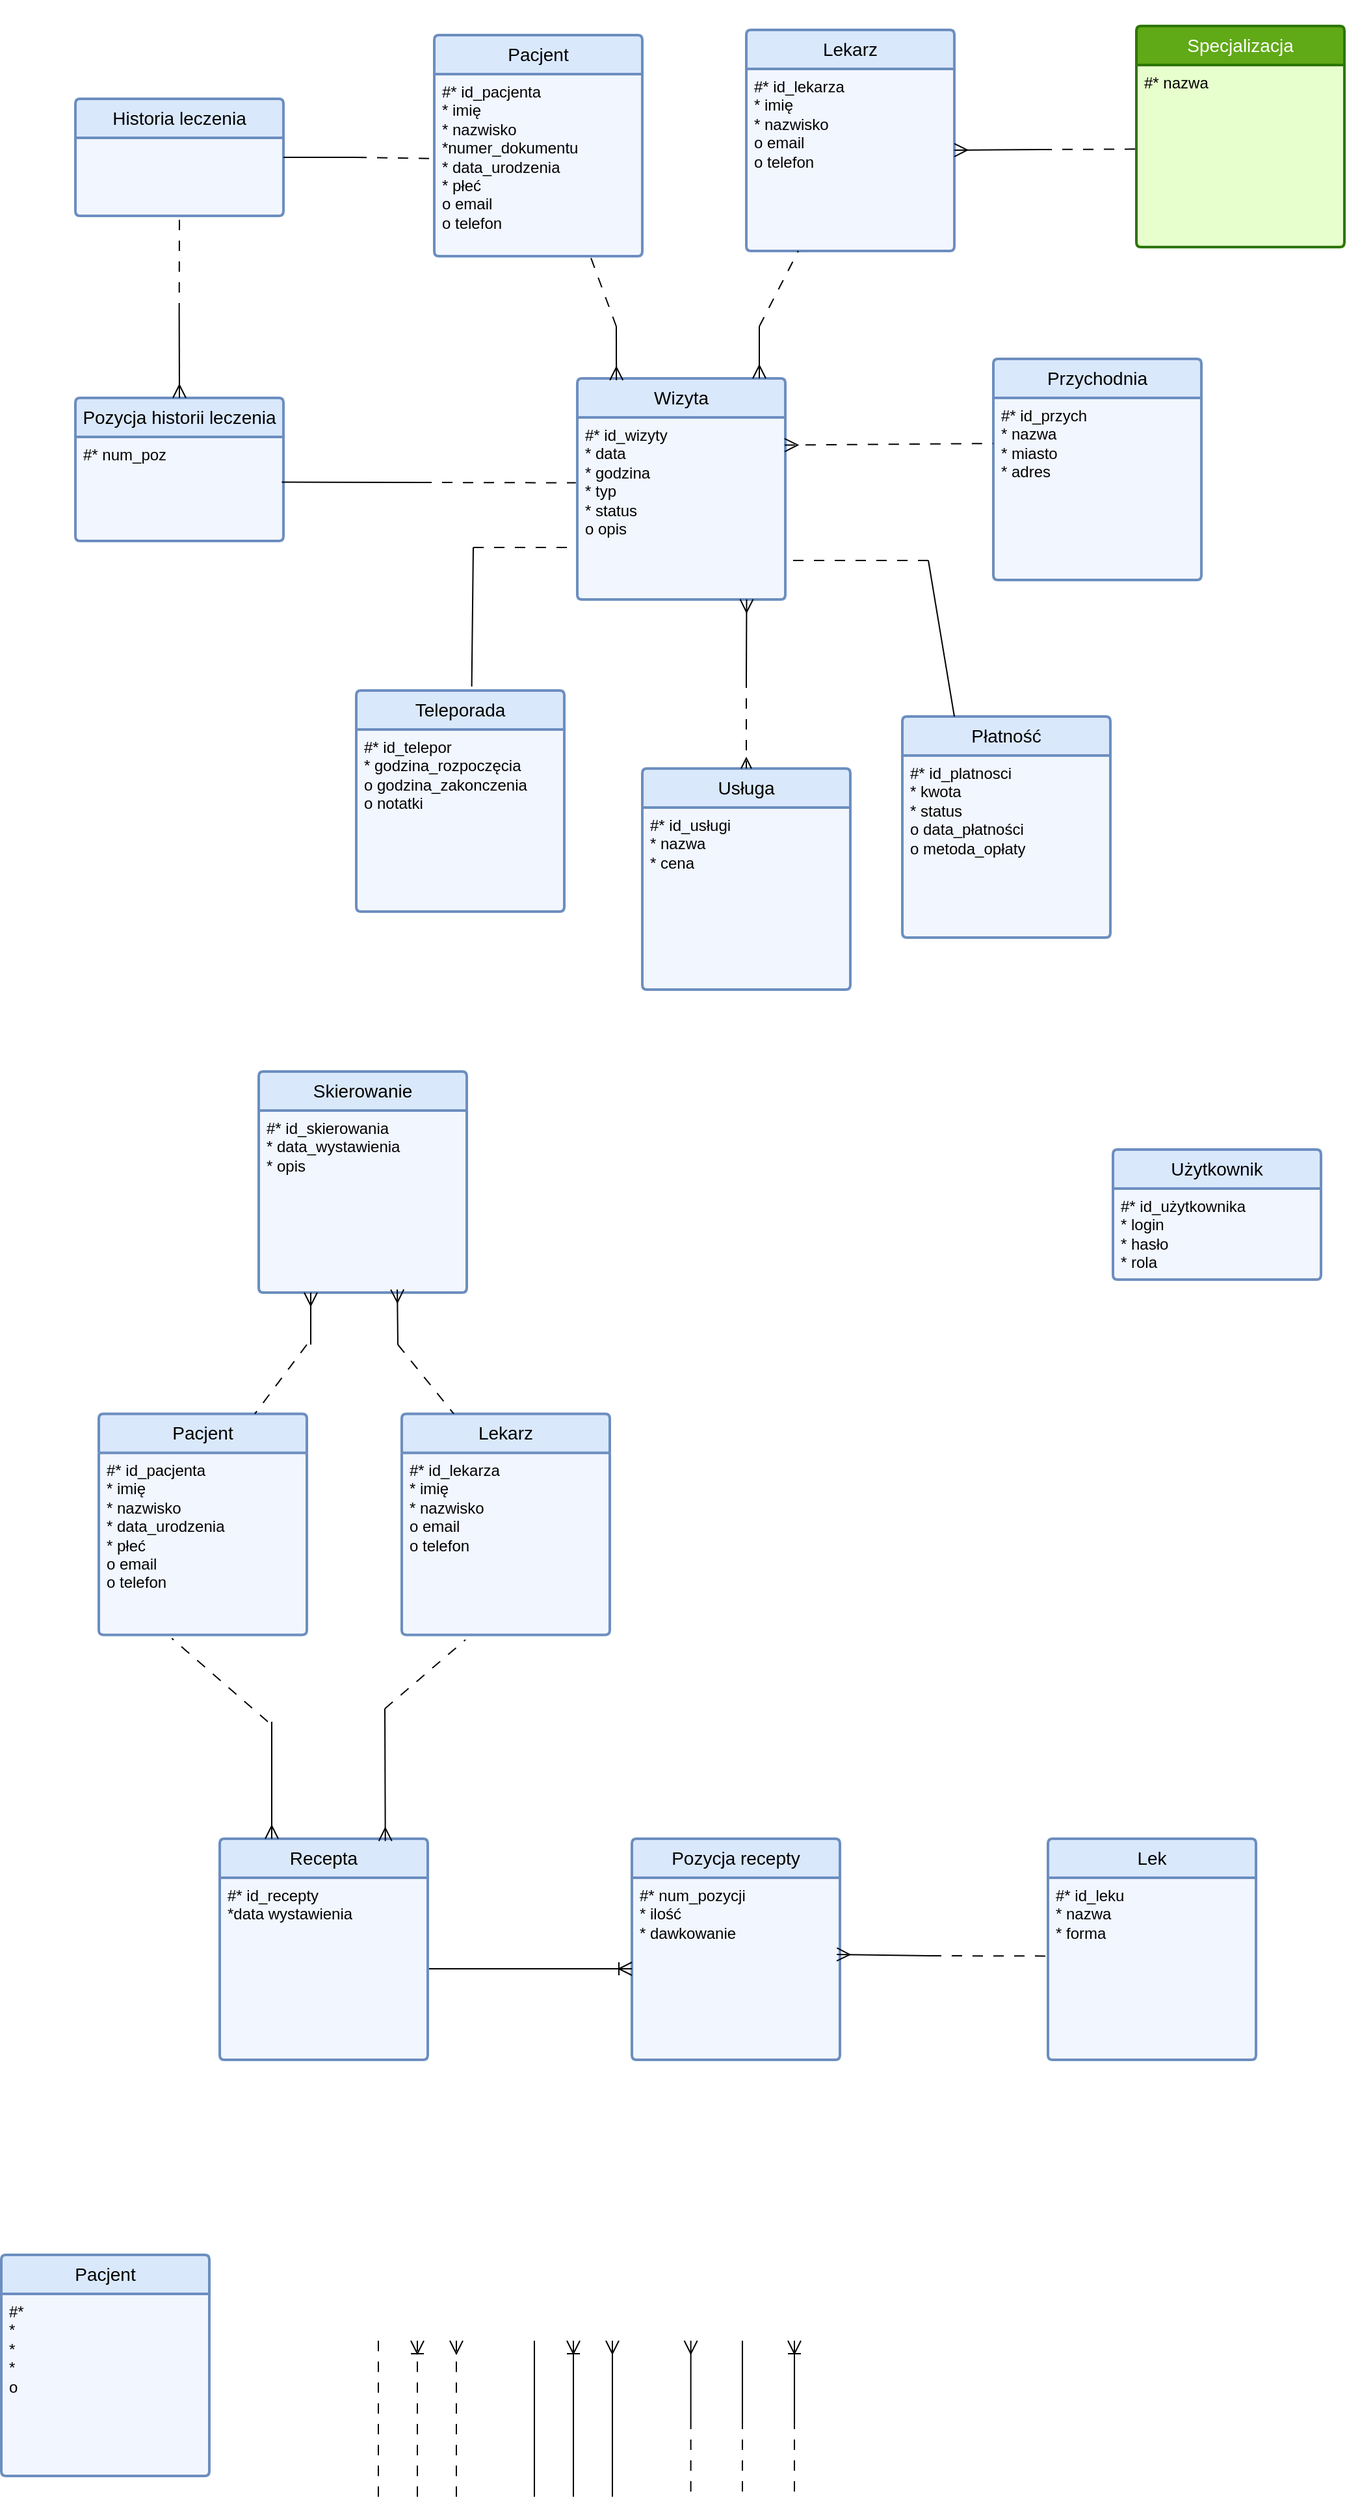
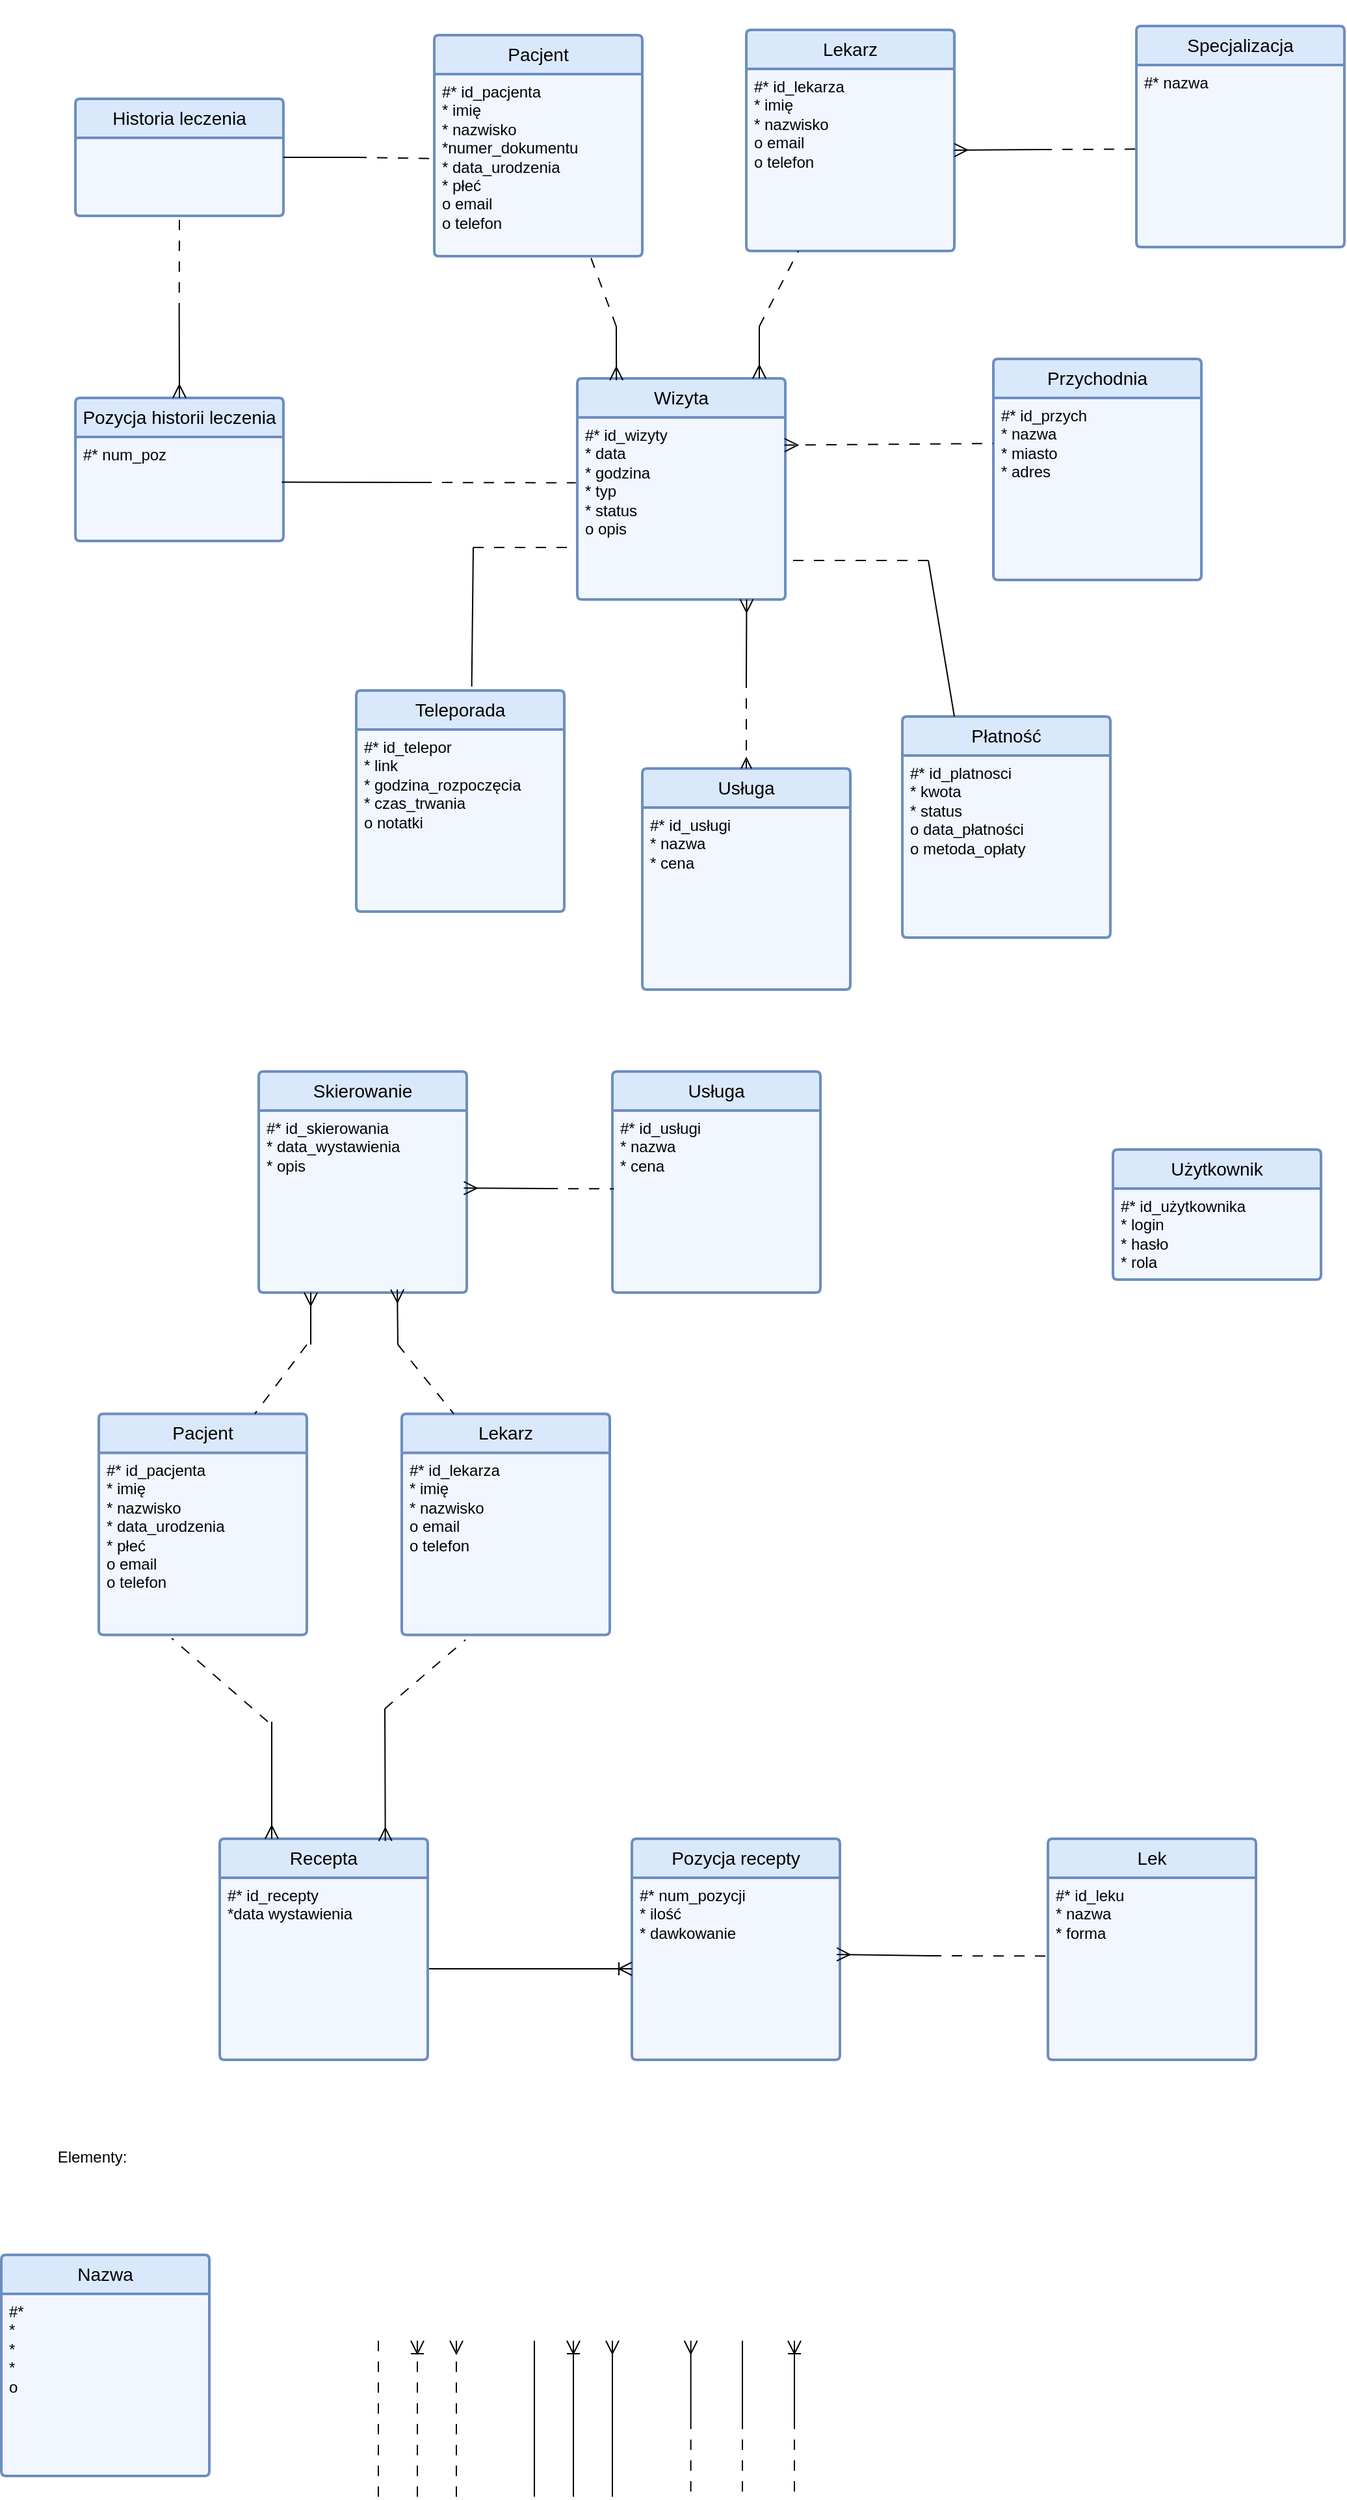
<mxfile host="app.diagrams.net">
  <diagram name="Page-1" id="l-UVKDxA2Mn41iQarOuP">
-     <mxGraphModel dx="2357" dy="1338" grid="1" gridSize="10" guides="1" tooltips="1" connect="1" arrows="1" fold="1" page="1" pageScale="1" pageWidth="1169" pageHeight="827" math="0" shadow="0">
+     <mxGraphModel dx="1414" dy="803" grid="1" gridSize="10" guides="1" tooltips="1" connect="1" arrows="1" fold="1" page="1" pageScale="1" pageWidth="1169" pageHeight="827" math="0" shadow="0">
      <root>
        <mxCell id="0" />
        <mxCell id="1" parent="0" />
        <mxCell id="8shqxo-KSnocmF5-vD8W-1" parent="1" style="swimlane;childLayout=stackLayout;horizontal=1;startSize=30;horizontalStack=0;rounded=1;fontSize=14;fontStyle=0;strokeWidth=2;resizeParent=0;resizeLast=1;shadow=0;dashed=0;align=center;arcSize=4;whiteSpace=wrap;html=1;fillColor=#dae8fc;strokeColor=#6c8ebf;gradientColor=none;swimlaneFillColor=#F2F6FF;" value="Pacjent" vertex="1">
          <mxGeometry height="170" width="160" x="373" y="63" as="geometry">
            <mxRectangle height="50" width="90" x="100" y="230" as="alternateBounds" />
          </mxGeometry>
        </mxCell>
        <mxCell id="8shqxo-KSnocmF5-vD8W-2" parent="8shqxo-KSnocmF5-vD8W-1" style="align=left;strokeColor=none;fillColor=none;spacingLeft=4;spacingRight=4;fontSize=12;verticalAlign=top;resizable=0;rotatable=0;part=1;html=1;whiteSpace=wrap;" value="#* id_pacjenta&lt;div&gt;* imię&lt;/div&gt;&lt;div&gt;* nazwisko&lt;/div&gt;&lt;div&gt;*numer_dokumentu&lt;/div&gt;&lt;div&gt;* data_urodzenia&lt;/div&gt;&lt;div&gt;* płeć&lt;/div&gt;&lt;div&gt;o email&lt;/div&gt;&lt;div&gt;o telefon&lt;/div&gt;" vertex="1">
          <mxGeometry height="140" width="160" y="30" as="geometry" />
        </mxCell>
        <mxCell id="8shqxo-KSnocmF5-vD8W-5" parent="1" style="swimlane;childLayout=stackLayout;horizontal=1;startSize=30;horizontalStack=0;rounded=1;fontSize=14;fontStyle=0;strokeWidth=2;resizeParent=0;resizeLast=1;shadow=0;dashed=0;align=center;arcSize=4;whiteSpace=wrap;html=1;fillColor=#dae8fc;strokeColor=#6c8ebf;gradientColor=none;swimlaneFillColor=#F2F6FF;" value="Przychodnia" vertex="1">
          <mxGeometry height="170" width="160" x="803" y="312" as="geometry">
            <mxRectangle height="50" width="90" x="100" y="230" as="alternateBounds" />
          </mxGeometry>
        </mxCell>
        <mxCell id="8shqxo-KSnocmF5-vD8W-6" parent="8shqxo-KSnocmF5-vD8W-5" style="align=left;strokeColor=none;fillColor=none;spacingLeft=4;spacingRight=4;fontSize=12;verticalAlign=top;resizable=0;rotatable=0;part=1;html=1;whiteSpace=wrap;" value="#* id_przych&lt;div&gt;* nazwa&lt;/div&gt;&lt;div&gt;* miasto&lt;/div&gt;&lt;div&gt;* adres&lt;/div&gt;" vertex="1">
          <mxGeometry height="140" width="160" y="30" as="geometry" />
        </mxCell>
-         <mxCell id="8shqxo-KSnocmF5-vD8W-7" parent="1" style="swimlane;childLayout=stackLayout;horizontal=1;startSize=30;horizontalStack=0;rounded=1;fontSize=14;fontStyle=0;strokeWidth=2;resizeParent=0;resizeLast=1;shadow=0;dashed=0;align=center;arcSize=4;whiteSpace=wrap;html=1;fillColor=#60a917;strokeColor=#2D7600;swimlaneFillColor=#E6FFCC;fontColor=#ffffff;" value="Specjalizacja" vertex="1">
+         <mxCell id="8shqxo-KSnocmF5-vD8W-7" parent="1" style="swimlane;childLayout=stackLayout;horizontal=1;startSize=30;horizontalStack=0;rounded=1;fontSize=14;fontStyle=0;strokeWidth=2;resizeParent=0;resizeLast=1;shadow=0;dashed=0;align=center;arcSize=4;whiteSpace=wrap;html=1;fillColor=#dae8fc;strokeColor=#6c8ebf;swimlaneFillColor=#F2F6FF;" value="Specjalizacja" vertex="1">
          <mxGeometry height="170" width="160" x="913" y="56" as="geometry">
            <mxRectangle height="50" width="90" x="100" y="230" as="alternateBounds" />
          </mxGeometry>
        </mxCell>
        <mxCell id="8shqxo-KSnocmF5-vD8W-8" parent="8shqxo-KSnocmF5-vD8W-7" style="align=left;strokeColor=none;fillColor=none;spacingLeft=4;spacingRight=4;fontSize=12;verticalAlign=top;resizable=0;rotatable=0;part=1;html=1;whiteSpace=wrap;" value="#* nazwa" vertex="1">
          <mxGeometry height="140" width="160" y="30" as="geometry" />
        </mxCell>
        <mxCell id="8shqxo-KSnocmF5-vD8W-9" parent="1" style="swimlane;childLayout=stackLayout;horizontal=1;startSize=30;horizontalStack=0;rounded=1;fontSize=14;fontStyle=0;strokeWidth=2;resizeParent=0;resizeLast=1;shadow=0;dashed=0;align=center;arcSize=4;whiteSpace=wrap;html=1;fillColor=#dae8fc;strokeColor=#6c8ebf;gradientColor=none;swimlaneFillColor=#F2F6FF;" value="Lekarz" vertex="1">
          <mxGeometry height="170" width="160" x="613" y="59" as="geometry">
            <mxRectangle height="50" width="90" x="100" y="230" as="alternateBounds" />
          </mxGeometry>
        </mxCell>
        <mxCell id="8shqxo-KSnocmF5-vD8W-10" parent="8shqxo-KSnocmF5-vD8W-9" style="align=left;strokeColor=none;fillColor=none;spacingLeft=4;spacingRight=4;fontSize=12;verticalAlign=top;resizable=0;rotatable=0;part=1;html=1;whiteSpace=wrap;" value="#* id_lekarza&lt;div&gt;* imię&lt;/div&gt;&lt;div&gt;* nazwisko&lt;/div&gt;&lt;div&gt;o email&lt;/div&gt;&lt;div&gt;o telefon&lt;/div&gt;" vertex="1">
          <mxGeometry height="140" width="160" y="30" as="geometry" />
        </mxCell>
-         <mxCell id="8shqxo-KSnocmF5-vD8W-11" parent="1" style="swimlane;childLayout=stackLayout;horizontal=1;startSize=30;horizontalStack=0;rounded=1;fontSize=14;fontStyle=0;strokeWidth=2;resizeParent=0;resizeLast=1;shadow=0;dashed=0;align=center;arcSize=4;whiteSpace=wrap;html=1;fillColor=#dae8fc;strokeColor=#6c8ebf;gradientColor=none;swimlaneFillColor=#F2F6FF;" value="Pacjent" vertex="1">
+         <mxCell id="8shqxo-KSnocmF5-vD8W-11" parent="1" style="swimlane;childLayout=stackLayout;horizontal=1;startSize=30;horizontalStack=0;rounded=1;fontSize=14;fontStyle=0;strokeWidth=2;resizeParent=0;resizeLast=1;shadow=0;dashed=0;align=center;arcSize=4;whiteSpace=wrap;html=1;fillColor=#dae8fc;strokeColor=#6c8ebf;gradientColor=none;swimlaneFillColor=#F2F6FF;" value="Nazwa" vertex="1">
          <mxGeometry height="170" width="160" x="40" y="1770" as="geometry">
            <mxRectangle height="50" width="90" x="100" y="230" as="alternateBounds" />
          </mxGeometry>
        </mxCell>
        <mxCell id="8shqxo-KSnocmF5-vD8W-12" parent="8shqxo-KSnocmF5-vD8W-11" style="align=left;strokeColor=none;fillColor=none;spacingLeft=4;spacingRight=4;fontSize=12;verticalAlign=top;resizable=0;rotatable=0;part=1;html=1;whiteSpace=wrap;" value="#*&lt;div&gt;*&lt;/div&gt;&lt;div&gt;*&lt;/div&gt;&lt;div&gt;*&lt;/div&gt;&lt;div&gt;o&amp;nbsp;&lt;/div&gt;" vertex="1">
          <mxGeometry height="140" width="160" y="30" as="geometry" />
        </mxCell>
        <mxCell id="8shqxo-KSnocmF5-vD8W-13" parent="1" style="swimlane;childLayout=stackLayout;horizontal=1;startSize=30;horizontalStack=0;rounded=1;fontSize=14;fontStyle=0;strokeWidth=2;resizeParent=0;resizeLast=1;shadow=0;dashed=0;align=center;arcSize=4;whiteSpace=wrap;html=1;fillColor=#dae8fc;strokeColor=#6c8ebf;gradientColor=none;swimlaneFillColor=#F2F6FF;" value="Płatność" vertex="1">
          <mxGeometry height="170" width="160" x="733" y="587" as="geometry">
            <mxRectangle height="50" width="90" x="100" y="230" as="alternateBounds" />
          </mxGeometry>
        </mxCell>
        <mxCell id="8shqxo-KSnocmF5-vD8W-14" parent="8shqxo-KSnocmF5-vD8W-13" style="align=left;strokeColor=none;fillColor=none;spacingLeft=4;spacingRight=4;fontSize=12;verticalAlign=top;resizable=0;rotatable=0;part=1;html=1;whiteSpace=wrap;" value="#* id_platnosci&lt;div&gt;* kwota&lt;/div&gt;&lt;div&gt;* status&lt;/div&gt;&lt;div&gt;o data_płatności&lt;/div&gt;&lt;div&gt;o metoda_opłaty&lt;/div&gt;" vertex="1">
          <mxGeometry height="140" width="160" y="30" as="geometry" />
        </mxCell>
        <mxCell id="8shqxo-KSnocmF5-vD8W-15" parent="1" style="swimlane;childLayout=stackLayout;horizontal=1;startSize=30;horizontalStack=0;rounded=1;fontSize=14;fontStyle=0;strokeWidth=2;resizeParent=0;resizeLast=1;shadow=0;dashed=0;align=center;arcSize=4;whiteSpace=wrap;html=1;fillColor=#dae8fc;strokeColor=#6c8ebf;gradientColor=none;swimlaneFillColor=#F2F6FF;" value="Użytkownik" vertex="1">
          <mxGeometry height="100" width="160" x="895" y="920" as="geometry">
            <mxRectangle height="50" width="90" x="100" y="230" as="alternateBounds" />
          </mxGeometry>
        </mxCell>
        <mxCell id="8shqxo-KSnocmF5-vD8W-16" parent="8shqxo-KSnocmF5-vD8W-15" style="align=left;strokeColor=none;fillColor=none;spacingLeft=4;spacingRight=4;fontSize=12;verticalAlign=top;resizable=0;rotatable=0;part=1;html=1;whiteSpace=wrap;" value="#* id_użytkownika&lt;div&gt;* login&lt;/div&gt;&lt;div&gt;* hasło&lt;/div&gt;&lt;div&gt;* rola&lt;/div&gt;" vertex="1">
          <mxGeometry height="70" width="160" y="30" as="geometry" />
        </mxCell>
        <mxCell id="8shqxo-KSnocmF5-vD8W-17" parent="1" style="swimlane;childLayout=stackLayout;horizontal=1;startSize=30;horizontalStack=0;rounded=1;fontSize=14;fontStyle=0;strokeWidth=2;resizeParent=0;resizeLast=1;shadow=0;dashed=0;align=center;arcSize=4;whiteSpace=wrap;html=1;fillColor=#dae8fc;strokeColor=#6c8ebf;gradientColor=none;swimlaneFillColor=#F2F6FF;" value="Pozycja historii leczenia" vertex="1">
          <mxGeometry height="110" width="160" x="97" y="342" as="geometry">
            <mxRectangle height="50" width="90" x="100" y="230" as="alternateBounds" />
          </mxGeometry>
        </mxCell>
        <mxCell id="8shqxo-KSnocmF5-vD8W-18" parent="8shqxo-KSnocmF5-vD8W-17" style="align=left;strokeColor=none;fillColor=none;spacingLeft=4;spacingRight=4;fontSize=12;verticalAlign=top;resizable=0;rotatable=0;part=1;html=1;whiteSpace=wrap;" value="#* num_poz" vertex="1">
          <mxGeometry height="80" width="160" y="30" as="geometry" />
        </mxCell>
        <mxCell id="8shqxo-KSnocmF5-vD8W-19" parent="1" style="swimlane;childLayout=stackLayout;horizontal=1;startSize=30;horizontalStack=0;rounded=1;fontSize=14;fontStyle=0;strokeWidth=2;resizeParent=0;resizeLast=1;shadow=0;dashed=0;align=center;arcSize=4;whiteSpace=wrap;html=1;fillColor=#dae8fc;strokeColor=#6c8ebf;gradientColor=none;swimlaneFillColor=#F2F6FF;" value="Historia leczenia" vertex="1">
          <mxGeometry height="90" width="160" x="97" y="112" as="geometry">
            <mxRectangle height="50" width="90" x="100" y="230" as="alternateBounds" />
          </mxGeometry>
        </mxCell>
        <mxCell id="8shqxo-KSnocmF5-vD8W-21" parent="1" style="swimlane;childLayout=stackLayout;horizontal=1;startSize=30;horizontalStack=0;rounded=1;fontSize=14;fontStyle=0;strokeWidth=2;resizeParent=0;resizeLast=1;shadow=0;dashed=0;align=center;arcSize=4;whiteSpace=wrap;html=1;fillColor=#dae8fc;strokeColor=#6c8ebf;gradientColor=none;swimlaneFillColor=#F2F6FF;" value="Skierowanie" vertex="1">
          <mxGeometry height="170" width="160" x="238" y="860" as="geometry">
            <mxRectangle height="50" width="90" x="100" y="230" as="alternateBounds" />
          </mxGeometry>
        </mxCell>
        <mxCell id="8shqxo-KSnocmF5-vD8W-22" parent="8shqxo-KSnocmF5-vD8W-21" style="align=left;strokeColor=none;fillColor=none;spacingLeft=4;spacingRight=4;fontSize=12;verticalAlign=top;resizable=0;rotatable=0;part=1;html=1;whiteSpace=wrap;" value="#* id_skierowania&lt;div&gt;* data_wystawienia&lt;/div&gt;&lt;div&gt;* opis&lt;/div&gt;" vertex="1">
          <mxGeometry height="140" width="160" y="30" as="geometry" />
        </mxCell>
        <mxCell id="8shqxo-KSnocmF5-vD8W-23" parent="1" style="swimlane;childLayout=stackLayout;horizontal=1;startSize=30;horizontalStack=0;rounded=1;fontSize=14;fontStyle=0;strokeWidth=2;resizeParent=0;resizeLast=1;shadow=0;dashed=0;align=center;arcSize=4;whiteSpace=wrap;html=1;fillColor=#dae8fc;strokeColor=#6c8ebf;gradientColor=none;swimlaneFillColor=#F2F6FF;" value="Lek" vertex="1">
          <mxGeometry height="170" width="160" x="845" y="1450" as="geometry">
            <mxRectangle height="50" width="90" x="100" y="230" as="alternateBounds" />
          </mxGeometry>
        </mxCell>
        <mxCell id="8shqxo-KSnocmF5-vD8W-24" parent="8shqxo-KSnocmF5-vD8W-23" style="align=left;strokeColor=none;fillColor=none;spacingLeft=4;spacingRight=4;fontSize=12;verticalAlign=top;resizable=0;rotatable=0;part=1;html=1;whiteSpace=wrap;" value="#* id_leku&lt;div&gt;* nazwa&lt;/div&gt;&lt;div&gt;* forma&lt;/div&gt;" vertex="1">
          <mxGeometry height="140" width="160" y="30" as="geometry" />
        </mxCell>
        <mxCell id="8shqxo-KSnocmF5-vD8W-25" parent="1" style="swimlane;childLayout=stackLayout;horizontal=1;startSize=30;horizontalStack=0;rounded=1;fontSize=14;fontStyle=0;strokeWidth=2;resizeParent=0;resizeLast=1;shadow=0;dashed=0;align=center;arcSize=4;whiteSpace=wrap;html=1;fillColor=#dae8fc;strokeColor=#6c8ebf;gradientColor=none;swimlaneFillColor=#F2F6FF;" value="Wizyta" vertex="1">
          <mxGeometry height="170" width="160" x="483" y="327" as="geometry">
            <mxRectangle height="50" width="90" x="100" y="230" as="alternateBounds" />
          </mxGeometry>
        </mxCell>
        <mxCell id="8shqxo-KSnocmF5-vD8W-26" parent="8shqxo-KSnocmF5-vD8W-25" style="align=left;strokeColor=none;fillColor=none;spacingLeft=4;spacingRight=4;fontSize=12;verticalAlign=top;resizable=0;rotatable=0;part=1;html=1;whiteSpace=wrap;" value="#* id_wizyty&lt;div&gt;* data&lt;/div&gt;&lt;div&gt;* godzina&lt;/div&gt;&lt;div&gt;* typ&lt;/div&gt;&lt;div&gt;* status&lt;/div&gt;&lt;div&gt;o opis&lt;/div&gt;" vertex="1">
          <mxGeometry height="140" width="160" y="30" as="geometry" />
        </mxCell>
        <mxCell id="8shqxo-KSnocmF5-vD8W-27" parent="1" style="swimlane;childLayout=stackLayout;horizontal=1;startSize=30;horizontalStack=0;rounded=1;fontSize=14;fontStyle=0;strokeWidth=2;resizeParent=0;resizeLast=1;shadow=0;dashed=0;align=center;arcSize=4;whiteSpace=wrap;html=1;fillColor=#dae8fc;strokeColor=#6c8ebf;gradientColor=none;swimlaneFillColor=#F2F6FF;" value="Pozycja recepty" vertex="1">
          <mxGeometry height="170" width="160" x="525" y="1450" as="geometry">
            <mxRectangle height="50" width="90" x="100" y="230" as="alternateBounds" />
          </mxGeometry>
        </mxCell>
        <mxCell id="8shqxo-KSnocmF5-vD8W-28" parent="8shqxo-KSnocmF5-vD8W-27" style="align=left;strokeColor=none;fillColor=none;spacingLeft=4;spacingRight=4;fontSize=12;verticalAlign=top;resizable=0;rotatable=0;part=1;html=1;whiteSpace=wrap;" value="#* num_pozycji&lt;div&gt;* ilość&lt;/div&gt;&lt;div&gt;* dawkowanie&lt;/div&gt;" vertex="1">
          <mxGeometry height="140" width="160" y="30" as="geometry" />
        </mxCell>
        <mxCell id="8shqxo-KSnocmF5-vD8W-55" edge="1" parent="1" source="8shqxo-KSnocmF5-vD8W-30" style="edgeStyle=none;curved=1;rounded=0;orthogonalLoop=1;jettySize=auto;html=1;exitX=1;exitY=0.5;exitDx=0;exitDy=0;entryX=0;entryY=0.5;entryDx=0;entryDy=0;fontSize=12;startSize=8;endSize=8;endArrow=ERoneToMany;endFill=0;" target="8shqxo-KSnocmF5-vD8W-28">
          <mxGeometry relative="1" as="geometry" />
        </mxCell>
        <mxCell id="8shqxo-KSnocmF5-vD8W-29" parent="1" style="swimlane;childLayout=stackLayout;horizontal=1;startSize=30;horizontalStack=0;rounded=1;fontSize=14;fontStyle=0;strokeWidth=2;resizeParent=0;resizeLast=1;shadow=0;dashed=0;align=center;arcSize=4;whiteSpace=wrap;html=1;fillColor=#dae8fc;strokeColor=#6c8ebf;gradientColor=none;swimlaneFillColor=#F2F6FF;" value="Recepta" vertex="1">
          <mxGeometry height="170" width="160" x="208" y="1450" as="geometry">
            <mxRectangle height="50" width="90" x="100" y="230" as="alternateBounds" />
          </mxGeometry>
        </mxCell>
        <mxCell id="8shqxo-KSnocmF5-vD8W-30" parent="8shqxo-KSnocmF5-vD8W-29" style="align=left;strokeColor=none;fillColor=none;spacingLeft=4;spacingRight=4;fontSize=12;verticalAlign=top;resizable=0;rotatable=0;part=1;html=1;whiteSpace=wrap;" value="#* id_recepty&lt;div&gt;*data wystawienia&lt;/div&gt;" vertex="1">
          <mxGeometry height="140" width="160" y="30" as="geometry" />
        </mxCell>
        <mxCell id="8shqxo-KSnocmF5-vD8W-31" parent="1" style="swimlane;childLayout=stackLayout;horizontal=1;startSize=30;horizontalStack=0;rounded=1;fontSize=14;fontStyle=0;strokeWidth=2;resizeParent=0;resizeLast=1;shadow=0;dashed=0;align=center;arcSize=4;whiteSpace=wrap;html=1;fillColor=#dae8fc;strokeColor=#6c8ebf;gradientColor=none;swimlaneFillColor=#F2F6FF;" value="Teleporada" vertex="1">
          <mxGeometry height="170" width="160" x="313" y="567" as="geometry">
            <mxRectangle height="50" width="90" x="100" y="230" as="alternateBounds" />
          </mxGeometry>
        </mxCell>
-         <mxCell id="8shqxo-KSnocmF5-vD8W-32" parent="8shqxo-KSnocmF5-vD8W-31" style="align=left;strokeColor=none;fillColor=none;spacingLeft=4;spacingRight=4;fontSize=12;verticalAlign=top;resizable=0;rotatable=0;part=1;html=1;whiteSpace=wrap;" value="#* id_telepor&lt;div&gt;* godzina_rozpoczęcia&lt;/div&gt;&lt;div&gt;o godzina_zakonczenia&lt;/div&gt;&lt;div&gt;o notatki&lt;/div&gt;" vertex="1">
+         <mxCell id="8shqxo-KSnocmF5-vD8W-32" parent="8shqxo-KSnocmF5-vD8W-31" style="align=left;strokeColor=none;fillColor=none;spacingLeft=4;spacingRight=4;fontSize=12;verticalAlign=top;resizable=0;rotatable=0;part=1;html=1;whiteSpace=wrap;" value="#* id_telepor&lt;div&gt;* link&lt;br&gt;&lt;div&gt;* godzina_rozpoczęcia&lt;/div&gt;&lt;div&gt;* czas_trwania&lt;/div&gt;&lt;div&gt;o notatki&lt;/div&gt;&lt;/div&gt;" vertex="1">
          <mxGeometry height="140" width="160" y="30" as="geometry" />
        </mxCell>
        <mxCell id="8shqxo-KSnocmF5-vD8W-33" parent="1" style="swimlane;childLayout=stackLayout;horizontal=1;startSize=30;horizontalStack=0;rounded=1;fontSize=14;fontStyle=0;strokeWidth=2;resizeParent=0;resizeLast=1;shadow=0;dashed=0;align=center;arcSize=4;whiteSpace=wrap;html=1;fillColor=#dae8fc;strokeColor=#6c8ebf;gradientColor=none;swimlaneFillColor=#F2F6FF;" value="Usługa" vertex="1">
          <mxGeometry height="170" width="160" x="533" y="627" as="geometry">
            <mxRectangle height="50" width="90" x="100" y="230" as="alternateBounds" />
          </mxGeometry>
        </mxCell>
        <mxCell id="8shqxo-KSnocmF5-vD8W-34" parent="8shqxo-KSnocmF5-vD8W-33" style="align=left;strokeColor=none;fillColor=none;spacingLeft=4;spacingRight=4;fontSize=12;verticalAlign=top;resizable=0;rotatable=0;part=1;html=1;whiteSpace=wrap;" value="#* id_usługi&lt;div&gt;* nazwa&lt;/div&gt;&lt;div&gt;* cena&lt;/div&gt;" vertex="1">
          <mxGeometry height="140" width="160" y="30" as="geometry" />
        </mxCell>
        <mxCell id="8shqxo-KSnocmF5-vD8W-43" connectable="0" parent="1" style="group;rotation=-123;" value="" vertex="1">
          <mxGeometry height="110" x="663" y="237" as="geometry" />
        </mxCell>
        <mxCell id="8shqxo-KSnocmF5-vD8W-37" edge="1" parent="8shqxo-KSnocmF5-vD8W-43" style="rounded=0;orthogonalLoop=1;jettySize=auto;html=1;fontSize=12;endArrow=none;endFill=0;dashPattern=8 8;dashed=1;entryX=0.25;entryY=1;entryDx=0;entryDy=0;" target="8shqxo-KSnocmF5-vD8W-10">
          <mxGeometry relative="1" as="geometry">
            <mxPoint x="-40" y="50" as="sourcePoint" />
            <mxPoint x="47" y="26" as="targetPoint" />
          </mxGeometry>
        </mxCell>
        <mxCell id="8shqxo-KSnocmF5-vD8W-41" edge="1" parent="8shqxo-KSnocmF5-vD8W-43" style="fontSize=12;html=1;endArrow=ERmany;rounded=0;startSize=8;endSize=8;" value="">
          <mxGeometry height="100" relative="1" width="100" as="geometry">
            <mxPoint x="-40" y="50" as="sourcePoint" />
            <mxPoint x="-40" y="90" as="targetPoint" />
          </mxGeometry>
        </mxCell>
        <mxCell id="8shqxo-KSnocmF5-vD8W-44" connectable="0" parent="1" style="group;rotation=-180;" value="" vertex="1">
          <mxGeometry height="20" x="693" y="36" as="geometry" />
        </mxCell>
        <mxCell id="8shqxo-KSnocmF5-vD8W-45" edge="1" parent="8shqxo-KSnocmF5-vD8W-44" style="rounded=0;orthogonalLoop=1;jettySize=auto;html=1;fontSize=12;endArrow=none;endFill=0;dashPattern=8 8;dashed=1;entryX=0.002;entryY=0.462;entryDx=0;entryDy=0;entryPerimeter=0;" target="8shqxo-KSnocmF5-vD8W-8">
          <mxGeometry relative="1" as="geometry">
            <mxPoint x="147" y="115" as="sourcePoint" />
            <mxPoint y="-15.395811315437186" as="targetPoint" />
          </mxGeometry>
        </mxCell>
        <mxCell id="8shqxo-KSnocmF5-vD8W-46" edge="1" parent="8shqxo-KSnocmF5-vD8W-44" style="fontSize=12;html=1;endArrow=ERmany;rounded=0;startSize=8;endSize=8;entryX=1;entryY=0.446;entryDx=0;entryDy=0;entryPerimeter=0;" target="8shqxo-KSnocmF5-vD8W-10" value="">
          <mxGeometry height="100" relative="1" width="100" as="geometry">
            <mxPoint x="147" y="115" as="sourcePoint" />
            <mxPoint y="4.604188684562811" as="targetPoint" />
          </mxGeometry>
        </mxCell>
        <mxCell id="8shqxo-KSnocmF5-vD8W-69" connectable="0" parent="1" style="group" value="" vertex="1">
          <mxGeometry height="120" x="610" y="1836" as="geometry" />
        </mxCell>
        <mxCell id="8shqxo-KSnocmF5-vD8W-65" edge="1" parent="8shqxo-KSnocmF5-vD8W-69" style="rounded=0;orthogonalLoop=1;jettySize=auto;html=1;fontSize=12;endArrow=none;endFill=0;dashPattern=8 8;dashed=1;">
          <mxGeometry relative="1" as="geometry">
            <mxPoint y="60" as="sourcePoint" />
            <mxPoint y="120" as="targetPoint" />
          </mxGeometry>
        </mxCell>
        <mxCell id="8shqxo-KSnocmF5-vD8W-66" edge="1" parent="8shqxo-KSnocmF5-vD8W-69" style="fontSize=12;html=1;endArrow=none;rounded=0;startSize=8;endSize=8;endFill=0;" value="">
          <mxGeometry height="100" relative="1" width="100" as="geometry">
            <mxPoint y="60" as="sourcePoint" />
            <mxPoint as="targetPoint" />
          </mxGeometry>
        </mxCell>
        <mxCell id="8shqxo-KSnocmF5-vD8W-70" connectable="0" parent="1" style="group" value="" vertex="1">
          <mxGeometry height="120" x="650" y="1836" as="geometry" />
        </mxCell>
        <mxCell id="8shqxo-KSnocmF5-vD8W-67" edge="1" parent="8shqxo-KSnocmF5-vD8W-70" style="rounded=0;orthogonalLoop=1;jettySize=auto;html=1;fontSize=12;endArrow=none;endFill=0;dashPattern=8 8;dashed=1;">
          <mxGeometry relative="1" as="geometry">
            <mxPoint y="60" as="sourcePoint" />
            <mxPoint y="120" as="targetPoint" />
          </mxGeometry>
        </mxCell>
        <mxCell id="8shqxo-KSnocmF5-vD8W-68" edge="1" parent="8shqxo-KSnocmF5-vD8W-70" style="fontSize=12;html=1;endArrow=ERoneToMany;rounded=0;startSize=8;endSize=8;endFill=0;" value="">
          <mxGeometry height="100" relative="1" width="100" as="geometry">
            <mxPoint y="60" as="sourcePoint" />
            <mxPoint as="targetPoint" />
          </mxGeometry>
        </mxCell>
        <mxCell id="8shqxo-KSnocmF5-vD8W-71" edge="1" parent="1" style="endArrow=ERmany;html=1;rounded=0;fontSize=12;startSize=8;endSize=8;curved=1;endFill=0;" value="">
          <mxGeometry height="50" relative="1" width="50" as="geometry">
            <mxPoint x="510" y="1956" as="sourcePoint" />
            <mxPoint x="510" y="1836" as="targetPoint" />
          </mxGeometry>
        </mxCell>
        <mxCell id="8shqxo-KSnocmF5-vD8W-72" edge="1" parent="1" style="endArrow=ERoneToMany;html=1;rounded=0;fontSize=12;startSize=8;endSize=8;curved=1;endFill=0;" value="">
          <mxGeometry height="50" relative="1" width="50" as="geometry">
            <mxPoint x="480" y="1956" as="sourcePoint" />
            <mxPoint x="480" y="1836" as="targetPoint" />
          </mxGeometry>
        </mxCell>
        <mxCell id="8shqxo-KSnocmF5-vD8W-73" edge="1" parent="1" style="endArrow=none;html=1;rounded=0;fontSize=12;startSize=8;endSize=8;curved=1;endFill=0;" value="">
          <mxGeometry height="50" relative="1" width="50" as="geometry">
            <mxPoint x="450" y="1956" as="sourcePoint" />
            <mxPoint x="450" y="1836" as="targetPoint" />
          </mxGeometry>
        </mxCell>
        <mxCell id="8shqxo-KSnocmF5-vD8W-74" edge="1" parent="1" style="endArrow=ERmany;html=1;rounded=0;fontSize=12;startSize=8;endSize=8;curved=1;endFill=0;dashed=1;dashPattern=8 8;" value="">
          <mxGeometry height="50" relative="1" width="50" as="geometry">
            <mxPoint x="390.00000000000006" y="1956" as="sourcePoint" />
            <mxPoint x="390.00000000000006" y="1836" as="targetPoint" />
          </mxGeometry>
        </mxCell>
        <mxCell id="8shqxo-KSnocmF5-vD8W-75" edge="1" parent="1" style="endArrow=ERoneToMany;html=1;rounded=0;fontSize=12;startSize=8;endSize=8;curved=1;endFill=0;dashed=1;dashPattern=8 8;" value="">
          <mxGeometry height="50" relative="1" width="50" as="geometry">
            <mxPoint x="360.00000000000006" y="1956" as="sourcePoint" />
            <mxPoint x="360.00000000000006" y="1836" as="targetPoint" />
          </mxGeometry>
        </mxCell>
        <mxCell id="8shqxo-KSnocmF5-vD8W-76" edge="1" parent="1" style="endArrow=none;html=1;rounded=0;fontSize=12;startSize=8;endSize=8;curved=1;endFill=0;dashed=1;dashPattern=8 8;" value="">
          <mxGeometry height="50" relative="1" width="50" as="geometry">
            <mxPoint x="330.00000000000006" y="1956" as="sourcePoint" />
            <mxPoint x="330.00000000000006" y="1836" as="targetPoint" />
          </mxGeometry>
        </mxCell>
        <mxCell id="XWhl8-uMbyMP3Ice1jf3-1" parent="1" style="swimlane;childLayout=stackLayout;horizontal=1;startSize=30;horizontalStack=0;rounded=1;fontSize=14;fontStyle=0;strokeWidth=2;resizeParent=0;resizeLast=1;shadow=0;dashed=0;align=center;arcSize=4;whiteSpace=wrap;html=1;fillColor=#dae8fc;strokeColor=#6c8ebf;gradientColor=none;swimlaneFillColor=#F2F6FF;" value="Pacjent" vertex="1">
          <mxGeometry height="170" width="160" x="115" y="1123.2347222222222" as="geometry">
            <mxRectangle height="50" width="90" x="100" y="230" as="alternateBounds" />
          </mxGeometry>
        </mxCell>
        <mxCell id="XWhl8-uMbyMP3Ice1jf3-2" parent="XWhl8-uMbyMP3Ice1jf3-1" style="align=left;strokeColor=none;fillColor=none;spacingLeft=4;spacingRight=4;fontSize=12;verticalAlign=top;resizable=0;rotatable=0;part=1;html=1;whiteSpace=wrap;" value="#* id_pacjenta&lt;div&gt;* imię&lt;/div&gt;&lt;div&gt;* nazwisko&lt;/div&gt;&lt;div&gt;* data_urodzenia&lt;/div&gt;&lt;div&gt;* płeć&lt;/div&gt;&lt;div&gt;o email&lt;/div&gt;&lt;div&gt;o telefon&lt;/div&gt;" vertex="1">
          <mxGeometry height="140" width="160" y="30" as="geometry" />
        </mxCell>
        <mxCell id="XWhl8-uMbyMP3Ice1jf3-3" parent="1" style="swimlane;childLayout=stackLayout;horizontal=1;startSize=30;horizontalStack=0;rounded=1;fontSize=14;fontStyle=0;strokeWidth=2;resizeParent=0;resizeLast=1;shadow=0;dashed=0;align=center;arcSize=4;whiteSpace=wrap;html=1;fillColor=#dae8fc;strokeColor=#6c8ebf;gradientColor=none;swimlaneFillColor=#F2F6FF;" value="Lekarz" vertex="1">
          <mxGeometry height="170" width="160" x="348" y="1123.2347222222222" as="geometry">
            <mxRectangle height="50" width="90" x="100" y="230" as="alternateBounds" />
          </mxGeometry>
        </mxCell>
        <mxCell id="XWhl8-uMbyMP3Ice1jf3-4" parent="XWhl8-uMbyMP3Ice1jf3-3" style="align=left;strokeColor=none;fillColor=none;spacingLeft=4;spacingRight=4;fontSize=12;verticalAlign=top;resizable=0;rotatable=0;part=1;html=1;whiteSpace=wrap;" value="#* id_lekarza&lt;div&gt;* imię&lt;/div&gt;&lt;div&gt;* nazwisko&lt;/div&gt;&lt;div&gt;o email&lt;/div&gt;&lt;div&gt;o telefon&lt;/div&gt;" vertex="1">
          <mxGeometry height="140" width="160" y="30" as="geometry" />
        </mxCell>
        <mxCell id="XWhl8-uMbyMP3Ice1jf3-21" connectable="0" parent="1" style="group" value="" vertex="1">
          <mxGeometry height="120" x="570.31" y="1836" as="geometry" />
        </mxCell>
        <mxCell id="XWhl8-uMbyMP3Ice1jf3-18" edge="1" parent="XWhl8-uMbyMP3Ice1jf3-21" style="rounded=0;orthogonalLoop=1;jettySize=auto;html=1;fontSize=12;endArrow=none;endFill=0;dashPattern=8 8;dashed=1;">
          <mxGeometry relative="1" as="geometry">
            <mxPoint y="60" as="sourcePoint" />
            <mxPoint y="120" as="targetPoint" />
          </mxGeometry>
        </mxCell>
        <mxCell id="XWhl8-uMbyMP3Ice1jf3-19" edge="1" parent="XWhl8-uMbyMP3Ice1jf3-21" style="fontSize=12;html=1;endArrow=ERmany;rounded=0;startSize=8;endSize=8;endFill=0;" value="">
          <mxGeometry height="100" relative="1" width="100" as="geometry">
            <mxPoint y="60" as="sourcePoint" />
            <mxPoint as="targetPoint" />
          </mxGeometry>
        </mxCell>
        <mxCell id="XWhl8-uMbyMP3Ice1jf3-22" connectable="0" parent="1" style="group;rotation=145;" value="" vertex="1">
          <mxGeometry height="120" x="493" y="237" as="geometry" />
        </mxCell>
        <mxCell id="XWhl8-uMbyMP3Ice1jf3-23" edge="1" parent="XWhl8-uMbyMP3Ice1jf3-22" style="rounded=0;orthogonalLoop=1;jettySize=auto;html=1;fontSize=12;endArrow=none;endFill=0;dashPattern=8 8;dashed=1;entryX=0.75;entryY=1;entryDx=0;entryDy=0;" target="8shqxo-KSnocmF5-vD8W-2">
          <mxGeometry relative="1" as="geometry">
            <mxPoint x="20" y="50" as="sourcePoint" />
            <mxPoint x="-34" y="11" as="targetPoint" />
          </mxGeometry>
        </mxCell>
        <mxCell id="XWhl8-uMbyMP3Ice1jf3-24" edge="1" parent="XWhl8-uMbyMP3Ice1jf3-22" style="fontSize=12;html=1;endArrow=ERmany;rounded=0;startSize=8;endSize=8;endFill=0;entryX=0.188;entryY=0.008;entryDx=0;entryDy=0;entryPerimeter=0;" target="8shqxo-KSnocmF5-vD8W-25" value="">
          <mxGeometry height="100" relative="1" width="100" as="geometry">
            <mxPoint x="20" y="50" as="sourcePoint" />
            <mxPoint x="20" y="90" as="targetPoint" />
          </mxGeometry>
        </mxCell>
        <mxCell id="XWhl8-uMbyMP3Ice1jf3-27" connectable="0" parent="1" style="group;rotation=-90;" value="" vertex="1">
          <mxGeometry height="120" x="323" y="97" as="geometry" />
        </mxCell>
        <mxCell id="XWhl8-uMbyMP3Ice1jf3-28" edge="1" parent="XWhl8-uMbyMP3Ice1jf3-27" style="rounded=0;orthogonalLoop=1;jettySize=auto;html=1;fontSize=12;endArrow=none;endFill=0;dashPattern=8 8;dashed=1;entryX=0.005;entryY=0.464;entryDx=0;entryDy=0;entryPerimeter=0;" target="8shqxo-KSnocmF5-vD8W-2">
          <mxGeometry relative="1" as="geometry">
            <mxPoint x="-10" y="60" as="sourcePoint" />
            <mxPoint x="60" y="60" as="targetPoint" />
          </mxGeometry>
        </mxCell>
        <mxCell id="XWhl8-uMbyMP3Ice1jf3-29" edge="1" parent="XWhl8-uMbyMP3Ice1jf3-27" style="fontSize=12;html=1;endArrow=none;rounded=0;startSize=8;endSize=8;endFill=0;entryX=1;entryY=0.5;entryDx=0;entryDy=0;" target="8shqxo-KSnocmF5-vD8W-19" value="">
          <mxGeometry height="100" relative="1" width="100" as="geometry">
            <mxPoint x="-10" y="60" as="sourcePoint" />
            <mxPoint x="-60" y="60" as="targetPoint" />
          </mxGeometry>
        </mxCell>
        <mxCell id="XWhl8-uMbyMP3Ice1jf3-30" connectable="0" parent="1" style="group;rotation=-90;" value="" vertex="1">
          <mxGeometry height="120" x="373" y="347" as="geometry" />
        </mxCell>
        <mxCell id="XWhl8-uMbyMP3Ice1jf3-31" edge="1" parent="XWhl8-uMbyMP3Ice1jf3-30" style="rounded=0;orthogonalLoop=1;jettySize=auto;html=1;fontSize=12;endArrow=none;endFill=0;dashPattern=8 8;dashed=1;entryX=-0.007;entryY=0.359;entryDx=0;entryDy=0;entryPerimeter=0;" target="8shqxo-KSnocmF5-vD8W-26">
          <mxGeometry relative="1" as="geometry">
            <mxPoint x="-10" y="60" as="sourcePoint" />
            <mxPoint x="60" y="60" as="targetPoint" />
          </mxGeometry>
        </mxCell>
        <mxCell id="XWhl8-uMbyMP3Ice1jf3-32" edge="1" parent="XWhl8-uMbyMP3Ice1jf3-30" style="fontSize=12;html=1;endArrow=none;rounded=0;startSize=8;endSize=8;endFill=0;entryX=0.992;entryY=0.434;entryDx=0;entryDy=0;entryPerimeter=0;" target="8shqxo-KSnocmF5-vD8W-18" value="">
          <mxGeometry height="100" relative="1" width="100" as="geometry">
            <mxPoint x="-10" y="60" as="sourcePoint" />
            <mxPoint x="-60" y="60" as="targetPoint" />
          </mxGeometry>
        </mxCell>
        <mxCell id="XWhl8-uMbyMP3Ice1jf3-33" connectable="0" parent="1" style="group;rotation=-180;" value="" vertex="1">
          <mxGeometry height="120" x="176.82" y="217" as="geometry" />
        </mxCell>
        <mxCell id="XWhl8-uMbyMP3Ice1jf3-34" edge="1" parent="XWhl8-uMbyMP3Ice1jf3-33" style="rounded=0;orthogonalLoop=1;jettySize=auto;html=1;fontSize=12;endArrow=none;endFill=0;dashPattern=8 8;dashed=1;entryX=0.5;entryY=1;entryDx=0;entryDy=0;" target="8shqxo-KSnocmF5-vD8W-19">
          <mxGeometry relative="1" as="geometry">
            <mxPoint y="60" as="sourcePoint" />
            <mxPoint as="targetPoint" />
          </mxGeometry>
        </mxCell>
        <mxCell id="XWhl8-uMbyMP3Ice1jf3-35" edge="1" parent="1" style="fontSize=12;html=1;endArrow=ERmany;rounded=0;startSize=8;endSize=8;endFill=0;entryX=0.5;entryY=0;entryDx=0;entryDy=0;" target="8shqxo-KSnocmF5-vD8W-17" value="">
          <mxGeometry height="100" relative="1" width="100" as="geometry">
            <mxPoint x="176.82" y="277" as="sourcePoint" />
            <mxPoint x="176.82" y="337" as="targetPoint" />
          </mxGeometry>
        </mxCell>
        <mxCell id="XWhl8-uMbyMP3Ice1jf3-37" connectable="0" parent="1" style="group;rotation=-130;" value="" vertex="1">
          <mxGeometry height="120" x="433" y="457" as="geometry" />
        </mxCell>
        <mxCell id="XWhl8-uMbyMP3Ice1jf3-38" edge="1" parent="XWhl8-uMbyMP3Ice1jf3-37" style="rounded=0;orthogonalLoop=1;jettySize=auto;html=1;fontSize=12;endArrow=none;endFill=0;dashPattern=8 8;dashed=1;entryX=0;entryY=0.714;entryDx=0;entryDy=0;entryPerimeter=0;" target="8shqxo-KSnocmF5-vD8W-26">
          <mxGeometry relative="1" as="geometry">
            <mxPoint x="-30" as="sourcePoint" />
            <mxPoint x="46" y="21" as="targetPoint" />
          </mxGeometry>
        </mxCell>
        <mxCell id="XWhl8-uMbyMP3Ice1jf3-39" edge="1" parent="XWhl8-uMbyMP3Ice1jf3-37" style="fontSize=12;html=1;endArrow=none;rounded=0;startSize=8;endSize=8;endFill=0;entryX=0.555;entryY=-0.018;entryDx=0;entryDy=0;entryPerimeter=0;" target="8shqxo-KSnocmF5-vD8W-31" value="">
          <mxGeometry height="100" relative="1" width="100" as="geometry">
            <mxPoint x="-30" as="sourcePoint" />
            <mxPoint x="-46" y="99" as="targetPoint" />
          </mxGeometry>
        </mxCell>
        <mxCell id="XWhl8-uMbyMP3Ice1jf3-43" connectable="0" parent="1" style="group;rotation=0;" value="" vertex="1">
          <mxGeometry height="120" x="613" y="497" as="geometry" />
        </mxCell>
        <mxCell id="XWhl8-uMbyMP3Ice1jf3-44" edge="1" parent="XWhl8-uMbyMP3Ice1jf3-43" style="rounded=0;orthogonalLoop=1;jettySize=auto;html=1;fontSize=12;endArrow=ERmany;endFill=0;dashPattern=8 8;dashed=1;entryX=0.5;entryY=0;entryDx=0;entryDy=0;" target="8shqxo-KSnocmF5-vD8W-33">
          <mxGeometry relative="1" as="geometry">
            <mxPoint y="60" as="sourcePoint" />
            <mxPoint y="120" as="targetPoint" />
          </mxGeometry>
        </mxCell>
        <mxCell id="XWhl8-uMbyMP3Ice1jf3-45" edge="1" parent="XWhl8-uMbyMP3Ice1jf3-43" style="fontSize=12;html=1;endArrow=ERmany;rounded=0;startSize=8;endSize=8;endFill=0;entryX=0.814;entryY=0.999;entryDx=0;entryDy=0;entryPerimeter=0;" target="8shqxo-KSnocmF5-vD8W-26" value="">
          <mxGeometry height="100" relative="1" width="100" as="geometry">
            <mxPoint y="60" as="sourcePoint" />
            <mxPoint as="targetPoint" />
          </mxGeometry>
        </mxCell>
        <mxCell id="XWhl8-uMbyMP3Ice1jf3-49" connectable="0" parent="1" style="group;rotation=90;" value="" vertex="1">
          <mxGeometry height="120" x="703" y="407" as="geometry" />
        </mxCell>
        <mxCell id="XWhl8-uMbyMP3Ice1jf3-50" edge="1" parent="XWhl8-uMbyMP3Ice1jf3-49" style="rounded=0;orthogonalLoop=1;jettySize=auto;html=1;fontSize=12;endArrow=none;endFill=0;dashPattern=8 8;dashed=1;entryX=0.991;entryY=0.786;entryDx=0;entryDy=0;entryPerimeter=0;" target="8shqxo-KSnocmF5-vD8W-26">
          <mxGeometry relative="1" as="geometry">
            <mxPoint x="50" y="60" as="sourcePoint" />
            <mxPoint x="-60" y="61" as="targetPoint" />
          </mxGeometry>
        </mxCell>
        <mxCell id="XWhl8-uMbyMP3Ice1jf3-51" edge="1" parent="XWhl8-uMbyMP3Ice1jf3-49" style="fontSize=12;html=1;endArrow=none;rounded=0;startSize=8;endSize=8;endFill=0;entryX=0.25;entryY=0;entryDx=0;entryDy=0;" target="8shqxo-KSnocmF5-vD8W-13" value="">
          <mxGeometry height="100" relative="1" width="100" as="geometry">
            <mxPoint x="50" y="60" as="sourcePoint" />
            <mxPoint x="60" y="59" as="targetPoint" />
          </mxGeometry>
        </mxCell>
        <mxCell id="XWhl8-uMbyMP3Ice1jf3-55" edge="1" parent="1" source="8shqxo-KSnocmF5-vD8W-26" style="edgeStyle=none;curved=1;rounded=0;orthogonalLoop=1;jettySize=auto;html=1;exitX=0.997;exitY=0.152;exitDx=0;exitDy=0;entryX=0;entryY=0.25;entryDx=0;entryDy=0;fontSize=12;startSize=8;endSize=8;exitPerimeter=0;dashed=1;dashPattern=8 8;endArrow=none;endFill=0;startArrow=ERmany;startFill=0;" target="8shqxo-KSnocmF5-vD8W-6">
          <mxGeometry relative="1" as="geometry" />
        </mxCell>
        <mxCell id="XWhl8-uMbyMP3Ice1jf3-57" connectable="0" parent="1" style="group;rotation=-123;" value="" vertex="1">
          <mxGeometry height="110" x="414.9968812369983" y="1299.9951469258265" as="geometry" />
        </mxCell>
        <mxCell id="XWhl8-uMbyMP3Ice1jf3-58" edge="1" parent="XWhl8-uMbyMP3Ice1jf3-57" style="rounded=0;orthogonalLoop=1;jettySize=auto;html=1;fontSize=12;endArrow=none;endFill=0;dashPattern=8 8;dashed=1;entryX=0.306;entryY=1.027;entryDx=0;entryDy=0;entryPerimeter=0;" target="XWhl8-uMbyMP3Ice1jf3-4">
          <mxGeometry relative="1" as="geometry">
            <mxPoint x="-79.99688123699832" y="50.004853074173525" as="sourcePoint" />
            <mxPoint x="47" y="26" as="targetPoint" />
          </mxGeometry>
        </mxCell>
        <mxCell id="XWhl8-uMbyMP3Ice1jf3-59" edge="1" parent="XWhl8-uMbyMP3Ice1jf3-57" style="fontSize=12;html=1;endArrow=ERmany;rounded=0;startSize=8;endSize=8;entryX=0.796;entryY=0.01;entryDx=0;entryDy=0;entryPerimeter=0;" target="8shqxo-KSnocmF5-vD8W-29" value="">
          <mxGeometry height="100" relative="1" width="100" as="geometry">
            <mxPoint x="-79.99688123699832" y="50.004853074173525" as="sourcePoint" />
            <mxPoint x="-40" y="90" as="targetPoint" />
          </mxGeometry>
        </mxCell>
        <mxCell id="XWhl8-uMbyMP3Ice1jf3-60" connectable="0" parent="1" style="group;rotation=-123;" value="" vertex="1">
          <mxGeometry height="110" x="254.99688123699832" y="1309.9951469258265" as="geometry" />
        </mxCell>
        <mxCell id="XWhl8-uMbyMP3Ice1jf3-61" edge="1" parent="XWhl8-uMbyMP3Ice1jf3-60" style="rounded=0;orthogonalLoop=1;jettySize=auto;html=1;fontSize=12;endArrow=none;endFill=0;dashPattern=8 8;dashed=1;entryX=0.351;entryY=1.019;entryDx=0;entryDy=0;entryPerimeter=0;" target="XWhl8-uMbyMP3Ice1jf3-2">
          <mxGeometry relative="1" as="geometry">
            <mxPoint x="-9.99688123699832" y="50.00485307417347" as="sourcePoint" />
            <mxPoint x="47" y="26" as="targetPoint" />
          </mxGeometry>
        </mxCell>
        <mxCell id="XWhl8-uMbyMP3Ice1jf3-62" edge="1" parent="XWhl8-uMbyMP3Ice1jf3-60" style="fontSize=12;html=1;endArrow=ERmany;rounded=0;startSize=8;endSize=8;entryX=0.25;entryY=0;entryDx=0;entryDy=0;" target="8shqxo-KSnocmF5-vD8W-29" value="">
          <mxGeometry height="100" relative="1" width="100" as="geometry">
            <mxPoint x="-6.99688123699832" y="50.00485307417347" as="sourcePoint" />
            <mxPoint x="-40" y="90" as="targetPoint" />
          </mxGeometry>
        </mxCell>
        <mxCell id="XWhl8-uMbyMP3Ice1jf3-63" connectable="0" parent="1" style="group;rotation=15;" value="" vertex="1">
          <mxGeometry height="120" x="255.00458618106268" y="1009.9991226573395" as="geometry" />
        </mxCell>
        <mxCell id="XWhl8-uMbyMP3Ice1jf3-64" edge="1" parent="XWhl8-uMbyMP3Ice1jf3-63" style="rounded=0;orthogonalLoop=1;jettySize=auto;html=1;fontSize=12;endArrow=none;endFill=0;dashPattern=8 8;dashed=1;entryX=0.75;entryY=0;entryDx=0;entryDy=0;" target="XWhl8-uMbyMP3Ice1jf3-1">
          <mxGeometry relative="1" as="geometry">
            <mxPoint x="19.995413818937266" y="60.00087734266049" as="sourcePoint" />
            <mxPoint x="-16" y="118" as="targetPoint" />
          </mxGeometry>
        </mxCell>
        <mxCell id="XWhl8-uMbyMP3Ice1jf3-65" edge="1" parent="XWhl8-uMbyMP3Ice1jf3-63" style="fontSize=12;html=1;endArrow=ERmany;rounded=0;startSize=8;endSize=8;endFill=0;entryX=0.25;entryY=1;entryDx=0;entryDy=0;" target="8shqxo-KSnocmF5-vD8W-22" value="">
          <mxGeometry height="100" relative="1" width="100" as="geometry">
            <mxPoint x="22.995413818937266" y="60.00087734266049" as="sourcePoint" />
            <mxPoint x="10" y="25" as="targetPoint" />
          </mxGeometry>
        </mxCell>
        <mxCell id="XWhl8-uMbyMP3Ice1jf3-66" connectable="0" parent="1" style="group;rotation=15;" value="" vertex="1">
          <mxGeometry height="120" x="344.99914270615125" y="1009.995549577344" as="geometry" />
        </mxCell>
        <mxCell id="XWhl8-uMbyMP3Ice1jf3-67" edge="1" parent="XWhl8-uMbyMP3Ice1jf3-66" style="rounded=0;orthogonalLoop=1;jettySize=auto;html=1;fontSize=12;endArrow=none;endFill=0;dashPattern=8 8;dashed=1;entryX=0.25;entryY=0;entryDx=0;entryDy=0;" target="XWhl8-uMbyMP3Ice1jf3-3">
          <mxGeometry relative="1" as="geometry">
            <mxPoint x="0.0008572938487532156" y="60.004450422655964" as="sourcePoint" />
            <mxPoint x="-16" y="118" as="targetPoint" />
          </mxGeometry>
        </mxCell>
        <mxCell id="XWhl8-uMbyMP3Ice1jf3-68" edge="1" parent="XWhl8-uMbyMP3Ice1jf3-66" style="fontSize=12;html=1;endArrow=ERmany;rounded=0;startSize=8;endSize=8;endFill=0;entryX=0.666;entryY=0.983;entryDx=0;entryDy=0;entryPerimeter=0;" target="8shqxo-KSnocmF5-vD8W-22" value="">
          <mxGeometry height="100" relative="1" width="100" as="geometry">
            <mxPoint x="0.0008572938487532156" y="60.004450422655964" as="sourcePoint" />
            <mxPoint x="10" y="25" as="targetPoint" />
          </mxGeometry>
        </mxCell>
        <mxCell id="XWhl8-uMbyMP3Ice1jf3-72" connectable="0" parent="1" style="group;rotation=-90;" value="" vertex="1">
          <mxGeometry height="120" x="755" y="1480" as="geometry" />
        </mxCell>
        <mxCell id="XWhl8-uMbyMP3Ice1jf3-73" edge="1" parent="XWhl8-uMbyMP3Ice1jf3-72" style="rounded=0;orthogonalLoop=1;jettySize=auto;html=1;fontSize=12;endArrow=none;endFill=0;dashPattern=8 8;dashed=1;entryX=-0.003;entryY=0.43;entryDx=0;entryDy=0;entryPerimeter=0;" target="8shqxo-KSnocmF5-vD8W-24">
          <mxGeometry relative="1" as="geometry">
            <mxPoint y="60" as="sourcePoint" />
            <mxPoint x="60" y="60" as="targetPoint" />
          </mxGeometry>
        </mxCell>
        <mxCell id="XWhl8-uMbyMP3Ice1jf3-74" edge="1" parent="XWhl8-uMbyMP3Ice1jf3-72" style="fontSize=12;html=1;endArrow=ERmany;rounded=0;startSize=8;endSize=8;endFill=0;entryX=0.985;entryY=0.421;entryDx=0;entryDy=0;entryPerimeter=0;" target="8shqxo-KSnocmF5-vD8W-28" value="">
          <mxGeometry height="100" relative="1" width="100" as="geometry">
            <mxPoint y="60" as="sourcePoint" />
            <mxPoint x="-60" y="60" as="targetPoint" />
          </mxGeometry>
+         </mxCell>
+         <mxCell id="iSAYbXDPZzAQTrEoctGh-1" parent="1" style="swimlane;childLayout=stackLayout;horizontal=1;startSize=30;horizontalStack=0;rounded=1;fontSize=14;fontStyle=0;strokeWidth=2;resizeParent=0;resizeLast=1;shadow=0;dashed=0;align=center;arcSize=4;whiteSpace=wrap;html=1;fillColor=#dae8fc;strokeColor=#6c8ebf;gradientColor=none;swimlaneFillColor=#F2F6FF;" value="Usługa" vertex="1">
+           <mxGeometry height="170" width="160" x="510" y="860" as="geometry">
+             <mxRectangle height="50" width="90" x="100" y="230" as="alternateBounds" />
+           </mxGeometry>
+         </mxCell>
+         <mxCell id="iSAYbXDPZzAQTrEoctGh-2" parent="iSAYbXDPZzAQTrEoctGh-1" style="align=left;strokeColor=none;fillColor=none;spacingLeft=4;spacingRight=4;fontSize=12;verticalAlign=top;resizable=0;rotatable=0;part=1;html=1;whiteSpace=wrap;" value="#* id_usługi&lt;div&gt;* nazwa&lt;/div&gt;&lt;div&gt;* cena&lt;/div&gt;" vertex="1">
+           <mxGeometry height="140" width="160" y="30" as="geometry" />
+         </mxCell>
+         <mxCell id="iSAYbXDPZzAQTrEoctGh-3" connectable="0" parent="1" style="group;rotation=-90;" value="" vertex="1">
+           <mxGeometry height="120" x="460" y="890" as="geometry" />
+         </mxCell>
+         <mxCell id="iSAYbXDPZzAQTrEoctGh-4" edge="1" parent="iSAYbXDPZzAQTrEoctGh-3" style="rounded=0;orthogonalLoop=1;jettySize=auto;html=1;fontSize=12;endArrow=none;endFill=0;dashPattern=8 8;dashed=1;entryX=0.007;entryY=0.43;entryDx=0;entryDy=0;entryPerimeter=0;" target="iSAYbXDPZzAQTrEoctGh-2">
+           <mxGeometry relative="1" as="geometry">
+             <mxPoint y="60" as="sourcePoint" />
+             <mxPoint x="60" y="60" as="targetPoint" />
+           </mxGeometry>
+         </mxCell>
+         <mxCell id="iSAYbXDPZzAQTrEoctGh-5" edge="1" parent="iSAYbXDPZzAQTrEoctGh-3" style="fontSize=12;html=1;endArrow=ERmany;rounded=0;startSize=8;endSize=8;endFill=0;entryX=0.986;entryY=0.426;entryDx=0;entryDy=0;entryPerimeter=0;" target="8shqxo-KSnocmF5-vD8W-22" value="">
+           <mxGeometry height="100" relative="1" width="100" as="geometry">
+             <mxPoint y="60" as="sourcePoint" />
+             <mxPoint x="-60" y="60" as="targetPoint" />
+           </mxGeometry>
+         </mxCell>
+         <mxCell id="iSAYbXDPZzAQTrEoctGh-7" parent="1" style="text;html=1;whiteSpace=wrap;strokeColor=none;fillColor=none;align=center;verticalAlign=middle;rounded=0;" value="Elementy:" vertex="1">
+           <mxGeometry height="30" width="120" x="50" y="1680" as="geometry" />
        </mxCell>
      </root>
    </mxGraphModel>
  </diagram>
</mxfile>
